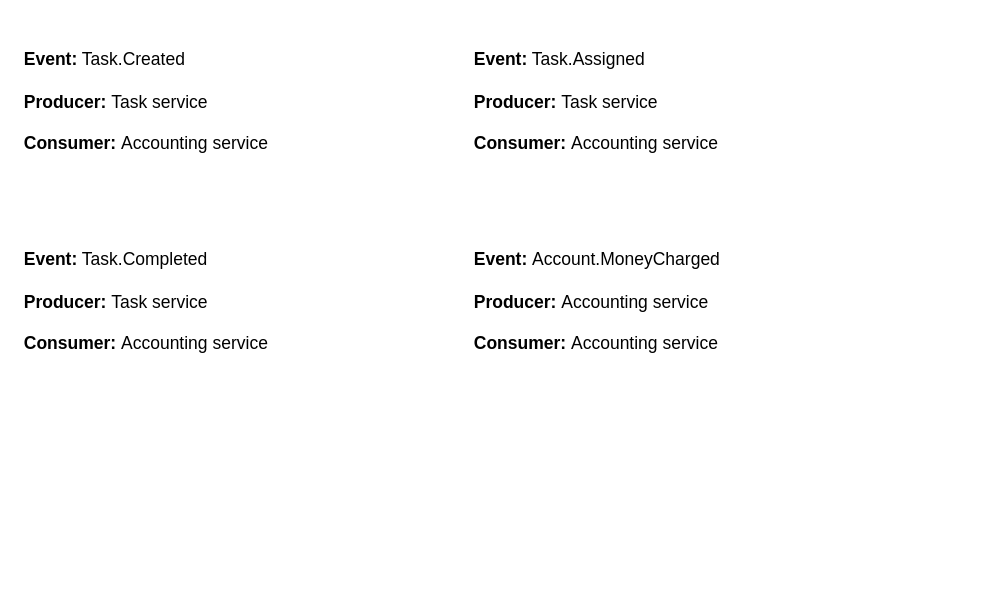
Before: business_events.drawio in fedorov-dmitry/aTES, a draw.io diagram. Source tidied: cells renumbered, new cells numbered last; positions are measured from the earlier drawing's top-left corner, leaving out a move shared by most shapes. Both pictures are drawn from the tidied source at 125%, with x=0, y=0 at pixel (21, 21).
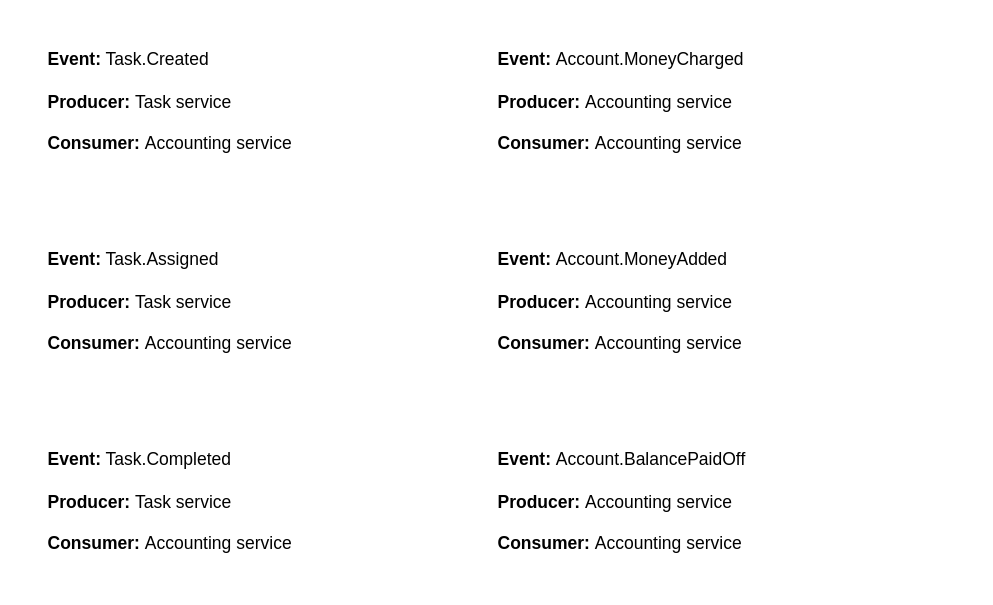
The same diagram, later.

Diff of the diagram source:
```diff
@@
 <mxGraphModel>
   <root>
     <mxCell id="0" />
     <mxCell id="1" parent="0" />
     <mxCell id="2" value="&lt;p style=&quot;line-height: 1.4 ; font-size: 14px&quot;&gt;&lt;b&gt;Event:&lt;/b&gt; Task.Created&lt;/p&gt;&lt;p style=&quot;line-height: 1.4 ; font-size: 14px&quot;&gt;&lt;b&gt;Producer: &lt;/b&gt;Task service&lt;/p&gt;&lt;p style=&quot;line-height: 1.4 ; font-size: 14px&quot;&gt;&lt;b&gt;Consumer: &lt;/b&gt;Accounting service&lt;/p&gt;" style="text;html=1;strokeColor=none;fillColor=none;align=left;verticalAlign=top;whiteSpace=wrap;rounded=0;" parent="1" vertex="1">
-      <mxGeometry width="350" height="130" as="geometry" />
+      <mxGeometry x="19" width="350" height="130" as="geometry" />
     </mxCell>
     <mxCell id="3" value="&lt;p style=&quot;line-height: 1.4 ; font-size: 14px&quot;&gt;&lt;b&gt;Event:&lt;/b&gt; Task.Assigned&lt;/p&gt;&lt;p style=&quot;line-height: 1.4 ; font-size: 14px&quot;&gt;&lt;b&gt;Producer: &lt;/b&gt;Task service&lt;/p&gt;&lt;p style=&quot;line-height: 1.4 ; font-size: 14px&quot;&gt;&lt;b&gt;Consumer: &lt;/b&gt;Accounting service&lt;/p&gt;" style="text;html=1;strokeColor=none;fillColor=none;align=left;verticalAlign=top;whiteSpace=wrap;rounded=0;" parent="1" vertex="1">
-      <mxGeometry x="360" width="400" height="130" as="geometry" />
+      <mxGeometry x="19" y="160" width="400" height="130" as="geometry" />
     </mxCell>
     <mxCell id="4" value="&lt;p style=&quot;line-height: 1.4 ; font-size: 14px&quot;&gt;&lt;b&gt;Event:&lt;/b&gt; Task.Completed&lt;/p&gt;&lt;p style=&quot;line-height: 1.4 ; font-size: 14px&quot;&gt;&lt;b&gt;Producer: &lt;/b&gt;Task service&lt;/p&gt;&lt;p style=&quot;line-height: 1.4 ; font-size: 14px&quot;&gt;&lt;b&gt;Consumer: &lt;/b&gt;Accounting service&lt;/p&gt;" style="text;html=1;strokeColor=none;fillColor=none;align=left;verticalAlign=top;whiteSpace=wrap;rounded=0;" parent="1" vertex="1">
-      <mxGeometry y="160" width="350" height="130" as="geometry" />
+      <mxGeometry x="19" y="320" width="350" height="130" as="geometry" />
     </mxCell>
     <mxCell id="5" value="&lt;p style=&quot;line-height: 1.4 ; font-size: 14px&quot;&gt;&lt;b&gt;Event:&lt;/b&gt;&amp;nbsp;Account.MoneyCharged&lt;/p&gt;&lt;p style=&quot;line-height: 1.4 ; font-size: 14px&quot;&gt;&lt;b&gt;Producer: &lt;/b&gt;Accounting service&lt;/p&gt;&lt;p style=&quot;line-height: 1.4 ; font-size: 14px&quot;&gt;&lt;b&gt;Consumer: &lt;/b&gt;Accounting service&lt;/p&gt;" style="text;html=1;strokeColor=none;fillColor=none;align=left;verticalAlign=top;whiteSpace=wrap;rounded=0;" parent="1" vertex="1">
-      <mxGeometry x="360" y="160" width="350" height="130" as="geometry" />
+      <mxGeometry x="379" width="350" height="130" as="geometry" />
     </mxCell>
+    <mxCell id="6" value="&lt;p style=&quot;line-height: 1.4 ; font-size: 14px&quot;&gt;&lt;b&gt;Event:&lt;/b&gt;&amp;nbsp;Account.MoneyAdded&lt;/p&gt;&lt;p style=&quot;line-height: 1.4 ; font-size: 14px&quot;&gt;&lt;b&gt;Producer: &lt;/b&gt;Accounting service&lt;/p&gt;&lt;p style=&quot;line-height: 1.4 ; font-size: 14px&quot;&gt;&lt;b&gt;Consumer: &lt;/b&gt;Accounting service&lt;/p&gt;" style="text;html=1;strokeColor=none;fillColor=none;align=left;verticalAlign=top;whiteSpace=wrap;rounded=0;" parent="1" vertex="1">
+      <mxGeometry x="379" y="160" width="350" height="130" as="geometry" />
+    </mxCell>
+    <mxCell id="7" value="&lt;p style=&quot;line-height: 1.4 ; font-size: 14px&quot;&gt;&lt;b&gt;Event:&lt;/b&gt;&amp;nbsp;Account.BalancePaidOff&lt;/p&gt;&lt;p style=&quot;line-height: 1.4 ; font-size: 14px&quot;&gt;&lt;b&gt;Producer: &lt;/b&gt;Accounting service&lt;/p&gt;&lt;p style=&quot;line-height: 1.4 ; font-size: 14px&quot;&gt;&lt;b&gt;Consumer: &lt;/b&gt;Accounting service&lt;/p&gt;" style="text;html=1;strokeColor=none;fillColor=none;align=left;verticalAlign=top;whiteSpace=wrap;rounded=0;" parent="1" vertex="1">
+      <mxGeometry x="379" y="320" width="350" height="130" as="geometry" />
+    </mxCell>
   </root>
 </mxGraphModel>
```
